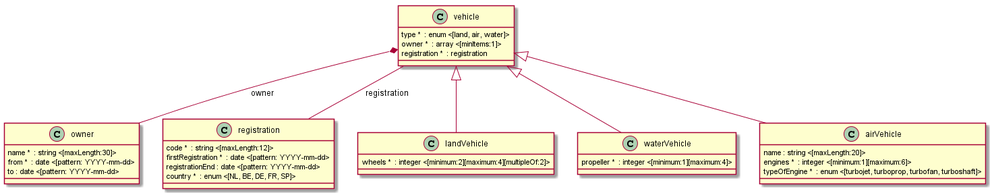
Earlier version of the PlantUML export example/vehicle-details.png (armand-janssen/openapi-transformer).
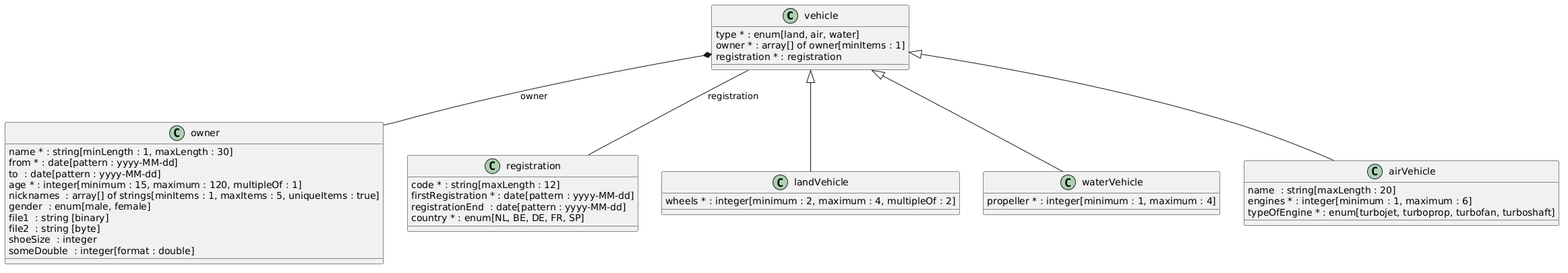
Above is the later version.

What changed in the source:
```diff
@@ -1,42 +1,53 @@
 @startuml
 
 class vehicle {
-  type *  : enum <[land, air, water]>
-  owner *  : array <[minItems:1]>
-  registration *  : registration
+  type * : enum[land, air, water]
+  owner * : array[] of owner[minItems : 1]
+  registration * : registration
+
 }
-
-vehicle *-- owner : owner
-
-vehicle -- registration : registration
+vehicle *-- owner  :  owner
+vehicle -- registration  :  registration
 
 class landVehicle {
-  wheels *  : integer <[minimum:2][maximum:4][multipleOf:2]>
+  wheels * : integer[minimum : 2, maximum : 4, multipleOf : 2]
+
 }
 vehicle <|-- landVehicle
 
 class waterVehicle {
-  propeller *  : integer <[minimum:1][maximum:4]>
+  propeller * : integer[minimum : 1, maximum : 4]
+
 }
 vehicle <|-- waterVehicle
 
 class airVehicle {
-  name : string <[maxLength:20]>
-  engines *  : integer <[minimum:1][maximum:6]>
-  typeOfEngine *  : enum <[turbojet, turboprop, turbofan, turboshaft]>
+  name  : string[maxLength : 20]
+  engines * : integer[minimum : 1, maximum : 6]
+  typeOfEngine * : enum[turbojet, turboprop, turbofan, turboshaft]
+
 }
 vehicle <|-- airVehicle
 
 class owner {
-  name *  : string <[maxLength:30]>
-  from *  : date <[pattern: YYYY-mm-dd>
-  to : date <[pattern: YYYY-mm-dd>
+  name * : string[minLength : 1, maxLength : 30]
+  from * : date[pattern : yyyy-MM-dd]
+  to  : date[pattern : yyyy-MM-dd]
+  age * : integer[minimum : 15, maximum : 120, multipleOf : 1]
+  nicknames  : array[] of strings[minItems : 1, maxItems : 5, uniqueItems : true]
+  gender  : enum[male, female]
+  file1  : string [binary]
+  file2  : string [byte]
+  shoeSize  : integer
+  someDouble  : integer[format : double]
+
 }
 
 class registration {
-  code *  : string <[maxLength:12]>
-  firstRegistration *  : date <[pattern: YYYY-mm-dd>
-  registrationEnd : date <[pattern: YYYY-mm-dd>
-  country *  : enum <[NL, BE, DE, FR, SP]>
+  code * : string[maxLength : 12]
+  firstRegistration * : date[pattern : yyyy-MM-dd]
+  registrationEnd  : date[pattern : yyyy-MM-dd]
+  country * : enum[NL, BE, DE, FR, SP]
+
 }
 @enduml
```
